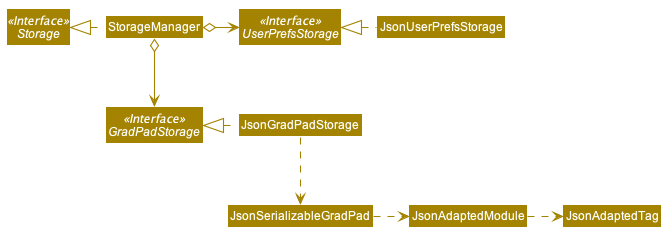
The PlantUML diagram docs/images/StorageClassDiagram.png in yan-soon/tp, before a commit.
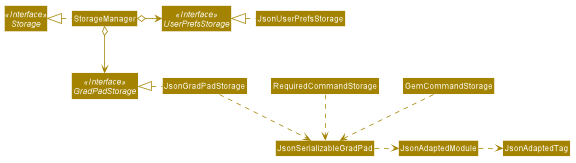
The same file after the commit.

Commit message:
update storage component with required and gem classes

Change to the diagram source:
```diff
@@ -1,4 +1,5 @@
 @startuml
+
 
 
 
@@ -58,6 +59,8 @@
 Class StorageManager
 Class JsonUserPrefsStorage
 Class JsonGradPadStorage
+Class RequiredCommandStorage
+Class GemCommandStorage
 
 StorageManager .left.|> Storage
 StorageManager o-right-> UserPrefsStorage
@@ -68,4 +71,7 @@
 JsonGradPadStorage .down.> JsonSerializableGradPad
 JsonSerializableGradPad .right.> JsonAdaptedModule
 JsonAdaptedModule .right.> JsonAdaptedTag
+
+RequiredCommandStorage .down.> JsonSerializableGradPad
+GemCommandStorage .down.> JsonSerializableGradPad
 @enduml
```
